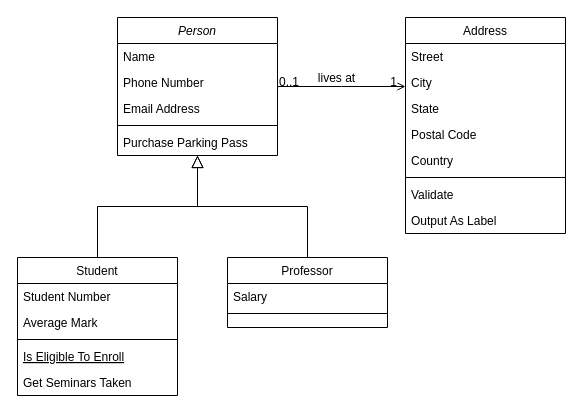
Above: Untitled Diagram.drawio in IsabeleOliveira/Trabalho_POO (draw.io), before the change. Source tidied: cells renumbered, new cells numbered last; positions are measured from the earlier drawing's top-left corner, leaving out a move shared by most shapes. Both pictures are drawn from the tidied source at 100%, with x=0, y=0 at pixel (17, 17).
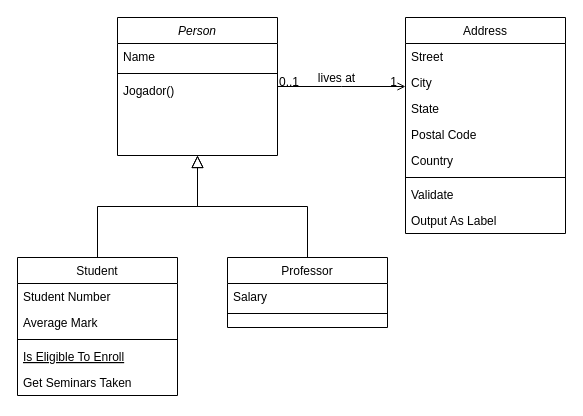
The same diagram, later.

The change refers to these unchanged cells:
```xml
<mxCell id="2" value="Person" style="swimlane;fontStyle=2;align=center;verticalAlign=top;horizontal=1;startSize=26;rounded=0;shadow=0;strokeWidth=1;" parent="1" vertex="1">
  <mxGeometry x="100" width="160" height="138" as="geometry" />
</mxCell>
```

The edit, as a diff of the source:
```diff
@@
-    <mxCell id="4" value="Phone Number" style="text;align=left;verticalAlign=top;spacingLeft=4;spacingRight=4;overflow=hidden;rounded=0;shadow=0;html=0;" parent="2" vertex="1">
-      <mxGeometry y="52" width="160" height="26" as="geometry" />
-    </mxCell>
-    <mxCell id="5" value="Email Address" style="text;align=left;verticalAlign=top;spacingLeft=4;spacingRight=4;overflow=hidden;rounded=0;shadow=0;html=0;" parent="2" vertex="1">
-      <mxGeometry y="78" width="160" height="26" as="geometry" />
-    </mxCell>
     <mxCell id="6" style="line;html=1;strokeWidth=1;align=left;verticalAlign=middle;spacingTop=-1;spacingLeft=3;spacingRight=3;labelPosition=right;" parent="2" vertex="1">
-      <mxGeometry y="104" width="160" height="8" as="geometry" />
+      <mxGeometry y="52" width="160" height="8" as="geometry" />
     </mxCell>
-    <mxCell id="7" value="Purchase Parking Pass" style="text;align=left;verticalAlign=top;spacingLeft=4;spacingRight=4;overflow=hidden;" parent="2" vertex="1">
-      <mxGeometry y="112" width="160" height="26" as="geometry" />
+    <mxCell id="7" value="Jogador()" style="text;align=left;verticalAlign=top;spacingLeft=4;spacingRight=4;overflow=hidden;" parent="2" vertex="1">
+      <mxGeometry y="60" width="160" height="26" as="geometry" />
     </mxCell>
```
